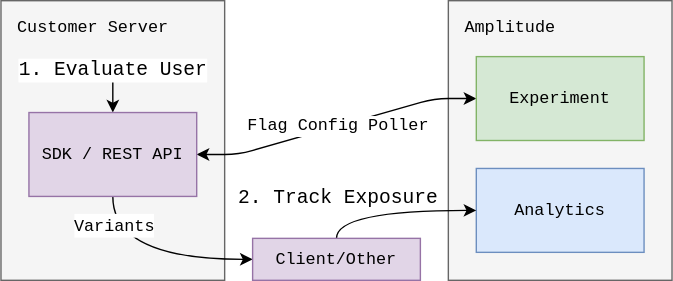
Amplitude-Developer-Docs/amplitude-dev-center keeps this draw.io diagram as docs/assets/images/experiment/server-side-local-overview.drawio.svg. Above is the earlier version. Source tidied: cells renumbered, new cells last; positions are measured from the earlier drawing's top-left corner, leaving out a move shared by most shapes.
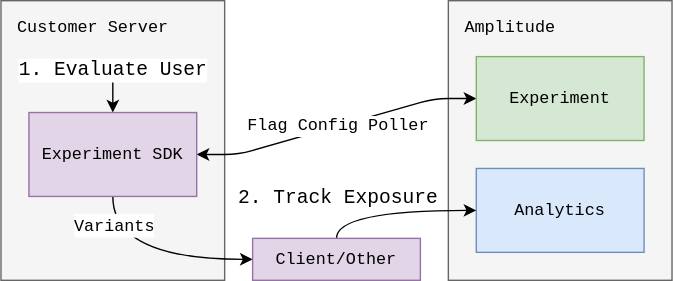
After the change.

Change to the diagram source:
```diff
@@ -32,7 +32,7 @@
         <mxPoint x="-17" y="-13" as="offset" />
       </mxGeometry>
     </mxCell>
-    <mxCell id="10" value="&lt;font face=&quot;Courier New&quot;&gt;SDK / REST API&lt;/font&gt;" style="rounded=0;whiteSpace=wrap;html=1;fillColor=#e1d5e7;strokeColor=#9673a6;" parent="1" vertex="1">
+    <mxCell id="10" value="&lt;font face=&quot;Courier New&quot;&gt;Experiment SDK&lt;/font&gt;" style="rounded=0;whiteSpace=wrap;html=1;fillColor=#e1d5e7;strokeColor=#9673a6;" parent="1" vertex="1">
       <mxGeometry x="20" y="80" width="120" height="60" as="geometry" />
     </mxCell>
     <mxCell id="11" value="&lt;span style=&quot;font-weight: normal&quot;&gt;Amplitude&lt;/span&gt;" style="text;html=1;strokeColor=none;fillColor=none;align=left;verticalAlign=middle;whiteSpace=wrap;rounded=0;fontFamily=Courier New;fontSize=12;fontStyle=1;" parent="1" vertex="1">
```
